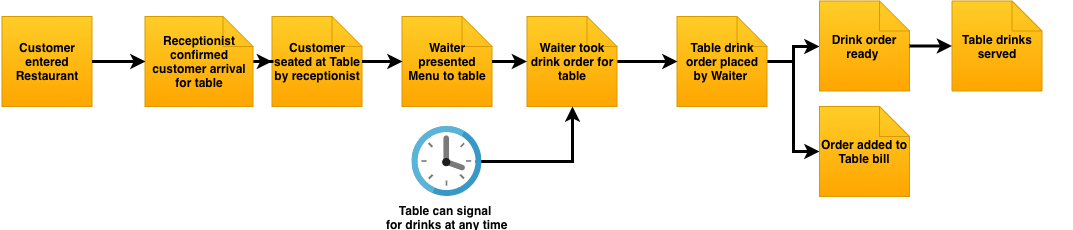
This is img/posts/events-restaurant/customerEntryEvents.png from tripledio/tripledio.github.io, a draw.io export, as it was before one commit. Source tidied: cells renumbered, new cells last; positions are measured from the earlier drawing's top-left corner, leaving out a move shared by most shapes. Source of this version:
```xml
<mxGraphModel>
  <root>
    <mxCell id="0" />
    <mxCell id="1" parent="0" />
    <mxCell id="2" style="group;strokeWidth=3;" parent="1" vertex="1">
      <mxGeometry x="-0.5" y="16" width="1070" height="194.5" as="geometry" />
    </mxCell>
    <mxCell id="3" value="&lt;b&gt;Customer entered Restaurant&lt;/b&gt;&lt;br&gt;" style="shape=note;whiteSpace=wrap;html=1;backgroundOutline=1;fillColor=#ffcd28;strokeColor=#d79b00;gradientColor=#ffa500;size=0;" parent="2" vertex="1">
      <mxGeometry width="90" height="90" as="geometry" />
    </mxCell>
    <mxCell id="4" style="edgeStyle=orthogonalEdgeStyle;rounded=0;jettySize=auto;html=1;entryX=0;entryY=0.5;entryDx=0;entryDy=0;entryPerimeter=0;strokeWidth=3;" parent="2" edge="1" source="6" target="7">
      <mxGeometry relative="1" as="geometry" />
    </mxCell>
    <mxCell id="5" style="edgeStyle=orthogonalEdgeStyle;rounded=0;jettySize=auto;html=1;entryX=0;entryY=0.5;entryDx=0;entryDy=0;entryPerimeter=0;strokeWidth=3;" parent="2" edge="1" source="6" target="21">
      <mxGeometry relative="1" as="geometry" />
    </mxCell>
    <mxCell id="6" value="&lt;b&gt;Table drink order placed by Waiter&amp;nbsp;&lt;/b&gt;&lt;br&gt;" style="shape=note;whiteSpace=wrap;html=1;backgroundOutline=1;fillColor=#ffcd28;strokeColor=#d79b00;gradientColor=#ffa500;" parent="2" vertex="1">
      <mxGeometry x="675" width="90" height="90" as="geometry" />
    </mxCell>
    <mxCell id="7" value="&lt;b&gt;Drink order ready&amp;nbsp;&lt;/b&gt;&lt;br&gt;" style="shape=note;whiteSpace=wrap;html=1;backgroundOutline=1;fillColor=#ffcd28;strokeColor=#d79b00;gradientColor=#ffa500;" parent="2" vertex="1">
      <mxGeometry x="817.5" y="-15.5" width="90" height="90" as="geometry" />
    </mxCell>
    <mxCell id="8" value="&lt;b&gt;Table drinks served&lt;/b&gt;&lt;br&gt;" style="shape=note;whiteSpace=wrap;html=1;backgroundOutline=1;fillColor=#ffcd28;strokeColor=#d79b00;gradientColor=#ffa500;" parent="2" vertex="1">
      <mxGeometry x="950" y="-15.5" width="90" height="90" as="geometry" />
    </mxCell>
    <mxCell id="9" style="edgeStyle=orthogonalEdgeStyle;rounded=0;html=1;jettySize=auto;strokeWidth=3;" parent="2" edge="1" source="7" target="8">
      <mxGeometry relative="1" as="geometry" />
    </mxCell>
    <mxCell id="10" value="&lt;b&gt;Customer seated at Table by receptionist&lt;/b&gt;&lt;br&gt;" style="shape=note;whiteSpace=wrap;html=1;backgroundOutline=1;fillColor=#ffcd28;strokeColor=#d79b00;gradientColor=#ffa500;" parent="2" vertex="1">
      <mxGeometry x="270" width="90" height="90" as="geometry" />
    </mxCell>
    <mxCell id="11" value="&lt;b&gt;Waiter presented Menu to table&lt;/b&gt;&lt;br&gt;" style="shape=note;whiteSpace=wrap;html=1;backgroundOutline=1;fillColor=#ffcd28;strokeColor=#d79b00;gradientColor=#ffa500;" parent="2" vertex="1">
      <mxGeometry x="400" width="90" height="90" as="geometry" />
    </mxCell>
    <mxCell id="12" style="edgeStyle=orthogonalEdgeStyle;rounded=0;html=1;entryX=0;entryY=0.5;entryDx=0;entryDy=0;entryPerimeter=0;jettySize=auto;strokeWidth=3;" parent="2" edge="1" source="10" target="11">
      <mxGeometry relative="1" as="geometry" />
    </mxCell>
    <mxCell id="13" style="edgeStyle=orthogonalEdgeStyle;rounded=0;html=1;entryX=0;entryY=0.5;entryDx=0;entryDy=0;entryPerimeter=0;jettySize=auto;strokeColor=#000000;strokeWidth=3;" parent="2" edge="1" source="14" target="6">
      <mxGeometry relative="1" as="geometry" />
    </mxCell>
    <mxCell id="14" value="&lt;b&gt;Waiter took drink order for table&lt;/b&gt;&lt;br&gt;" style="shape=note;whiteSpace=wrap;html=1;backgroundOutline=1;fillColor=#ffcd28;strokeColor=#d79b00;gradientColor=#ffa500;" parent="2" vertex="1">
      <mxGeometry x="525" width="90" height="90" as="geometry" />
    </mxCell>
    <mxCell id="15" style="edgeStyle=orthogonalEdgeStyle;rounded=0;html=1;jettySize=auto;strokeWidth=3;" parent="2" edge="1" source="11" target="14">
      <mxGeometry relative="1" as="geometry" />
    </mxCell>
    <mxCell id="16" style="edgeStyle=orthogonalEdgeStyle;rounded=0;jettySize=auto;html=1;entryX=0.5;entryY=1;entryDx=0;entryDy=0;entryPerimeter=0;strokeWidth=3;" parent="2" edge="1" source="17" target="14">
      <mxGeometry relative="1" as="geometry" />
    </mxCell>
    <mxCell id="17" value="&lt;b&gt;Table can signal &lt;br&gt;for drinks at any time&lt;/b&gt;" style="html=1;perimeter=none;align=center;shadow=0;dashed=0;image;fontSize=12;image=img/lib/mscae/Clock.svg;" parent="2" vertex="1">
      <mxGeometry x="410" y="110" width="70" height="70" as="geometry" />
    </mxCell>
    <mxCell id="18" style="edgeStyle=orthogonalEdgeStyle;rounded=0;html=1;jettySize=auto;strokeColor=#000000;strokeWidth=3;" parent="2" edge="1" source="19" target="10">
      <mxGeometry relative="1" as="geometry" />
    </mxCell>
    <mxCell id="19" value="&lt;b&gt;Receptionist confirmed customer arrival for table&lt;/b&gt;&lt;br&gt;" style="shape=note;whiteSpace=wrap;html=1;backgroundOutline=1;fillColor=#ffcd28;strokeColor=#d79b00;gradientColor=#ffa500;" parent="2" vertex="1">
      <mxGeometry x="143" width="108" height="90" as="geometry" />
    </mxCell>
    <mxCell id="20" style="edgeStyle=orthogonalEdgeStyle;rounded=0;html=1;entryX=0;entryY=0.5;entryDx=0;entryDy=0;entryPerimeter=0;jettySize=auto;strokeWidth=3;" parent="2" edge="1" source="3" target="19">
      <mxGeometry relative="1" as="geometry" />
    </mxCell>
    <mxCell id="21" value="&lt;b&gt;Order added to Table bill&lt;/b&gt;&lt;br&gt;" style="shape=note;whiteSpace=wrap;html=1;backgroundOutline=1;fillColor=#ffcd28;strokeColor=#d79b00;gradientColor=#ffa500;" parent="2" vertex="1">
      <mxGeometry x="817.5" y="90" width="90" height="90" as="geometry" />
    </mxCell>
  </root>
</mxGraphModel>
```
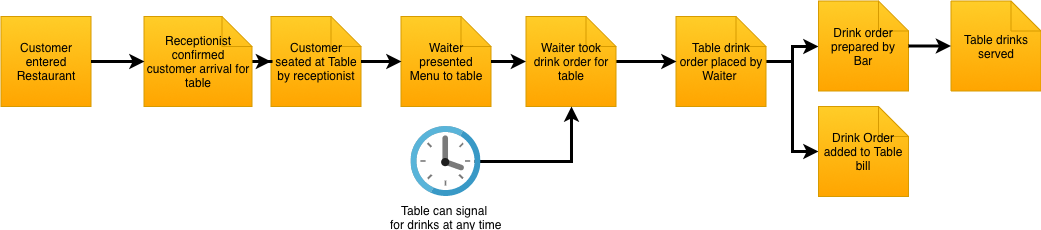
The same file after the commit.

The edit, as a diff of the source:
```diff
@@ -2,65 +2,62 @@
   <root>
     <mxCell id="0" />
     <mxCell id="1" parent="0" />
-    <mxCell id="2" style="group;strokeWidth=3;" parent="1" vertex="1">
-      <mxGeometry x="-0.5" y="16" width="1070" height="194.5" as="geometry" />
+    <mxCell id="2" value="&lt;span&gt;Customer entered Restaurant&lt;/span&gt;&lt;br&gt;" style="shape=note;whiteSpace=wrap;html=1;backgroundOutline=1;fillColor=#ffcd28;strokeColor=#d79b00;gradientColor=#ffa500;size=0;fontStyle=0;" parent="1" vertex="1">
+      <mxGeometry x="-0.5" y="16" width="90" height="90" as="geometry" />
     </mxCell>
-    <mxCell id="3" value="&lt;b&gt;Customer entered Restaurant&lt;/b&gt;&lt;br&gt;" style="shape=note;whiteSpace=wrap;html=1;backgroundOutline=1;fillColor=#ffcd28;strokeColor=#d79b00;gradientColor=#ffa500;size=0;" parent="2" vertex="1">
-      <mxGeometry width="90" height="90" as="geometry" />
+    <mxCell id="3" style="edgeStyle=orthogonalEdgeStyle;rounded=0;jettySize=auto;html=1;entryX=0;entryY=0.5;entryDx=0;entryDy=0;entryPerimeter=0;strokeWidth=3;fontStyle=0;" parent="1" edge="1" source="5" target="6">
+      <mxGeometry relative="1" as="geometry" />
     </mxCell>
-    <mxCell id="4" style="edgeStyle=orthogonalEdgeStyle;rounded=0;jettySize=auto;html=1;entryX=0;entryY=0.5;entryDx=0;entryDy=0;entryPerimeter=0;strokeWidth=3;" parent="2" edge="1" source="6" target="7">
+    <mxCell id="4" style="edgeStyle=orthogonalEdgeStyle;rounded=0;jettySize=auto;html=1;entryX=0;entryY=0.5;entryDx=0;entryDy=0;entryPerimeter=0;strokeWidth=3;fontStyle=0;" parent="1" edge="1" source="5" target="20">
       <mxGeometry relative="1" as="geometry" />
     </mxCell>
-    <mxCell id="5" style="edgeStyle=orthogonalEdgeStyle;rounded=0;jettySize=auto;html=1;entryX=0;entryY=0.5;entryDx=0;entryDy=0;entryPerimeter=0;strokeWidth=3;" parent="2" edge="1" source="6" target="21">
-      <mxGeometry relative="1" as="geometry" />
+    <mxCell id="5" value="&lt;span&gt;Table drink order placed by Waiter&amp;nbsp;&lt;/span&gt;&lt;br&gt;" style="shape=note;whiteSpace=wrap;html=1;backgroundOutline=1;fillColor=#ffcd28;strokeColor=#d79b00;gradientColor=#ffa500;fontStyle=0;" parent="1" vertex="1">
+      <mxGeometry x="674.5" y="16" width="90" height="90" as="geometry" />
     </mxCell>
-    <mxCell id="6" value="&lt;b&gt;Table drink order placed by Waiter&amp;nbsp;&lt;/b&gt;&lt;br&gt;" style="shape=note;whiteSpace=wrap;html=1;backgroundOutline=1;fillColor=#ffcd28;strokeColor=#d79b00;gradientColor=#ffa500;" parent="2" vertex="1">
-      <mxGeometry x="675" width="90" height="90" as="geometry" />
+    <mxCell id="6" value="&lt;span&gt;Drink order prepared by Bar&lt;/span&gt;&lt;br&gt;" style="shape=note;whiteSpace=wrap;html=1;backgroundOutline=1;fillColor=#ffcd28;strokeColor=#d79b00;gradientColor=#ffa500;fontStyle=0;" parent="1" vertex="1">
+      <mxGeometry x="817" y="0.5" width="90" height="90" as="geometry" />
     </mxCell>
-    <mxCell id="7" value="&lt;b&gt;Drink order ready&amp;nbsp;&lt;/b&gt;&lt;br&gt;" style="shape=note;whiteSpace=wrap;html=1;backgroundOutline=1;fillColor=#ffcd28;strokeColor=#d79b00;gradientColor=#ffa500;" parent="2" vertex="1">
-      <mxGeometry x="817.5" y="-15.5" width="90" height="90" as="geometry" />
+    <mxCell id="7" value="&lt;span&gt;Table drinks served&lt;/span&gt;&lt;br&gt;" style="shape=note;whiteSpace=wrap;html=1;backgroundOutline=1;fillColor=#ffcd28;strokeColor=#d79b00;gradientColor=#ffa500;fontStyle=0;" parent="1" vertex="1">
+      <mxGeometry x="949.5" y="0.5" width="90" height="90" as="geometry" />
     </mxCell>
-    <mxCell id="8" value="&lt;b&gt;Table drinks served&lt;/b&gt;&lt;br&gt;" style="shape=note;whiteSpace=wrap;html=1;backgroundOutline=1;fillColor=#ffcd28;strokeColor=#d79b00;gradientColor=#ffa500;" parent="2" vertex="1">
-      <mxGeometry x="950" y="-15.5" width="90" height="90" as="geometry" />
+    <mxCell id="8" style="edgeStyle=orthogonalEdgeStyle;rounded=0;html=1;jettySize=auto;strokeWidth=3;fontStyle=0;" parent="1" edge="1" source="6" target="7">
+      <mxGeometry relative="1" as="geometry" />
     </mxCell>
-    <mxCell id="9" style="edgeStyle=orthogonalEdgeStyle;rounded=0;html=1;jettySize=auto;strokeWidth=3;" parent="2" edge="1" source="7" target="8">
-      <mxGeometry relative="1" as="geometry" />
+    <mxCell id="9" value="&lt;span&gt;Customer seated at Table by receptionist&lt;/span&gt;&lt;br&gt;" style="shape=note;whiteSpace=wrap;html=1;backgroundOutline=1;fillColor=#ffcd28;strokeColor=#d79b00;gradientColor=#ffa500;fontStyle=0;" parent="1" vertex="1">
+      <mxGeometry x="269.5" y="16" width="90" height="90" as="geometry" />
     </mxCell>
-    <mxCell id="10" value="&lt;b&gt;Customer seated at Table by receptionist&lt;/b&gt;&lt;br&gt;" style="shape=note;whiteSpace=wrap;html=1;backgroundOutline=1;fillColor=#ffcd28;strokeColor=#d79b00;gradientColor=#ffa500;" parent="2" vertex="1">
-      <mxGeometry x="270" width="90" height="90" as="geometry" />
+    <mxCell id="10" value="&lt;span&gt;Waiter presented Menu to table&lt;/span&gt;&lt;br&gt;" style="shape=note;whiteSpace=wrap;html=1;backgroundOutline=1;fillColor=#ffcd28;strokeColor=#d79b00;gradientColor=#ffa500;fontStyle=0;" parent="1" vertex="1">
+      <mxGeometry x="399.5" y="16" width="90" height="90" as="geometry" />
     </mxCell>
-    <mxCell id="11" value="&lt;b&gt;Waiter presented Menu to table&lt;/b&gt;&lt;br&gt;" style="shape=note;whiteSpace=wrap;html=1;backgroundOutline=1;fillColor=#ffcd28;strokeColor=#d79b00;gradientColor=#ffa500;" parent="2" vertex="1">
-      <mxGeometry x="400" width="90" height="90" as="geometry" />
+    <mxCell id="11" style="edgeStyle=orthogonalEdgeStyle;rounded=0;html=1;entryX=0;entryY=0.5;entryDx=0;entryDy=0;entryPerimeter=0;jettySize=auto;strokeWidth=3;fontStyle=0;" parent="1" edge="1" source="9" target="10">
+      <mxGeometry relative="1" as="geometry" />
     </mxCell>
-    <mxCell id="12" style="edgeStyle=orthogonalEdgeStyle;rounded=0;html=1;entryX=0;entryY=0.5;entryDx=0;entryDy=0;entryPerimeter=0;jettySize=auto;strokeWidth=3;" parent="2" edge="1" source="10" target="11">
+    <mxCell id="12" style="edgeStyle=orthogonalEdgeStyle;rounded=0;html=1;entryX=0;entryY=0.5;entryDx=0;entryDy=0;entryPerimeter=0;jettySize=auto;strokeColor=#000000;strokeWidth=3;fontStyle=0;" parent="1" edge="1" source="13" target="5">
       <mxGeometry relative="1" as="geometry" />
     </mxCell>
-    <mxCell id="13" style="edgeStyle=orthogonalEdgeStyle;rounded=0;html=1;entryX=0;entryY=0.5;entryDx=0;entryDy=0;entryPerimeter=0;jettySize=auto;strokeColor=#000000;strokeWidth=3;" parent="2" edge="1" source="14" target="6">
-      <mxGeometry relative="1" as="geometry" />
+    <mxCell id="13" value="&lt;span&gt;Waiter took drink order for table&lt;/span&gt;&lt;br&gt;" style="shape=note;whiteSpace=wrap;html=1;backgroundOutline=1;fillColor=#ffcd28;strokeColor=#d79b00;gradientColor=#ffa500;fontStyle=0;" parent="1" vertex="1">
+      <mxGeometry x="524.5" y="16" width="90" height="90" as="geometry" />
     </mxCell>
-    <mxCell id="14" value="&lt;b&gt;Waiter took drink order for table&lt;/b&gt;&lt;br&gt;" style="shape=note;whiteSpace=wrap;html=1;backgroundOutline=1;fillColor=#ffcd28;strokeColor=#d79b00;gradientColor=#ffa500;" parent="2" vertex="1">
-      <mxGeometry x="525" width="90" height="90" as="geometry" />
+    <mxCell id="14" style="edgeStyle=orthogonalEdgeStyle;rounded=0;html=1;jettySize=auto;strokeWidth=3;fontStyle=0;" parent="1" edge="1" source="10" target="13">
+      <mxGeometry relative="1" as="geometry" />
     </mxCell>
-    <mxCell id="15" style="edgeStyle=orthogonalEdgeStyle;rounded=0;html=1;jettySize=auto;strokeWidth=3;" parent="2" edge="1" source="11" target="14">
+    <mxCell id="15" style="edgeStyle=orthogonalEdgeStyle;rounded=0;jettySize=auto;html=1;entryX=0.5;entryY=1;entryDx=0;entryDy=0;entryPerimeter=0;strokeWidth=3;fontStyle=0;" parent="1" edge="1" source="16" target="13">
       <mxGeometry relative="1" as="geometry" />
     </mxCell>
-    <mxCell id="16" style="edgeStyle=orthogonalEdgeStyle;rounded=0;jettySize=auto;html=1;entryX=0.5;entryY=1;entryDx=0;entryDy=0;entryPerimeter=0;strokeWidth=3;" parent="2" edge="1" source="17" target="14">
-      <mxGeometry relative="1" as="geometry" />
+    <mxCell id="16" value="&lt;span&gt;Table can signal &lt;br&gt;for drinks at any time&lt;/span&gt;" style="html=1;perimeter=none;align=center;shadow=0;dashed=0;image;fontSize=12;image=img/lib/mscae/Clock.svg;fontStyle=0;" parent="1" vertex="1">
+      <mxGeometry x="409.5" y="126" width="70" height="70" as="geometry" />
     </mxCell>
-    <mxCell id="17" value="&lt;b&gt;Table can signal &lt;br&gt;for drinks at any time&lt;/b&gt;" style="html=1;perimeter=none;align=center;shadow=0;dashed=0;image;fontSize=12;image=img/lib/mscae/Clock.svg;" parent="2" vertex="1">
-      <mxGeometry x="410" y="110" width="70" height="70" as="geometry" />
+    <mxCell id="17" style="edgeStyle=orthogonalEdgeStyle;rounded=0;html=1;jettySize=auto;strokeColor=#000000;strokeWidth=3;fontStyle=0;" parent="1" edge="1" source="18" target="9">
+      <mxGeometry relative="1" as="geometry" />
     </mxCell>
-    <mxCell id="18" style="edgeStyle=orthogonalEdgeStyle;rounded=0;html=1;jettySize=auto;strokeColor=#000000;strokeWidth=3;" parent="2" edge="1" source="19" target="10">
-      <mxGeometry relative="1" as="geometry" />
+    <mxCell id="18" value="&lt;span&gt;Receptionist confirmed customer arrival for table&lt;/span&gt;&lt;br&gt;" style="shape=note;whiteSpace=wrap;html=1;backgroundOutline=1;fillColor=#ffcd28;strokeColor=#d79b00;gradientColor=#ffa500;fontStyle=0;" parent="1" vertex="1">
+      <mxGeometry x="142.5" y="16" width="108" height="90" as="geometry" />
     </mxCell>
-    <mxCell id="19" value="&lt;b&gt;Receptionist confirmed customer arrival for table&lt;/b&gt;&lt;br&gt;" style="shape=note;whiteSpace=wrap;html=1;backgroundOutline=1;fillColor=#ffcd28;strokeColor=#d79b00;gradientColor=#ffa500;" parent="2" vertex="1">
-      <mxGeometry x="143" width="108" height="90" as="geometry" />
+    <mxCell id="19" style="edgeStyle=orthogonalEdgeStyle;rounded=0;html=1;entryX=0;entryY=0.5;entryDx=0;entryDy=0;entryPerimeter=0;jettySize=auto;strokeWidth=3;fontStyle=0;" parent="1" edge="1" source="2" target="18">
+      <mxGeometry relative="1" as="geometry" />
     </mxCell>
-    <mxCell id="20" style="edgeStyle=orthogonalEdgeStyle;rounded=0;html=1;entryX=0;entryY=0.5;entryDx=0;entryDy=0;entryPerimeter=0;jettySize=auto;strokeWidth=3;" parent="2" edge="1" source="3" target="19">
-      <mxGeometry relative="1" as="geometry" />
+    <mxCell id="20" value="&lt;span&gt;Drink Order added to Table bill&lt;/span&gt;&lt;br&gt;" style="shape=note;whiteSpace=wrap;html=1;backgroundOutline=1;fillColor=#ffcd28;strokeColor=#d79b00;gradientColor=#ffa500;fontStyle=0;" parent="1" vertex="1">
+      <mxGeometry x="817" y="106" width="90" height="90" as="geometry" />
     </mxCell>
-    <mxCell id="21" value="&lt;b&gt;Order added to Table bill&lt;/b&gt;&lt;br&gt;" style="shape=note;whiteSpace=wrap;html=1;backgroundOutline=1;fillColor=#ffcd28;strokeColor=#d79b00;gradientColor=#ffa500;" parent="2" vertex="1">
-      <mxGeometry x="817.5" y="90" width="90" height="90" as="geometry" />
-    </mxCell>
   </root>
 </mxGraphModel>
```
